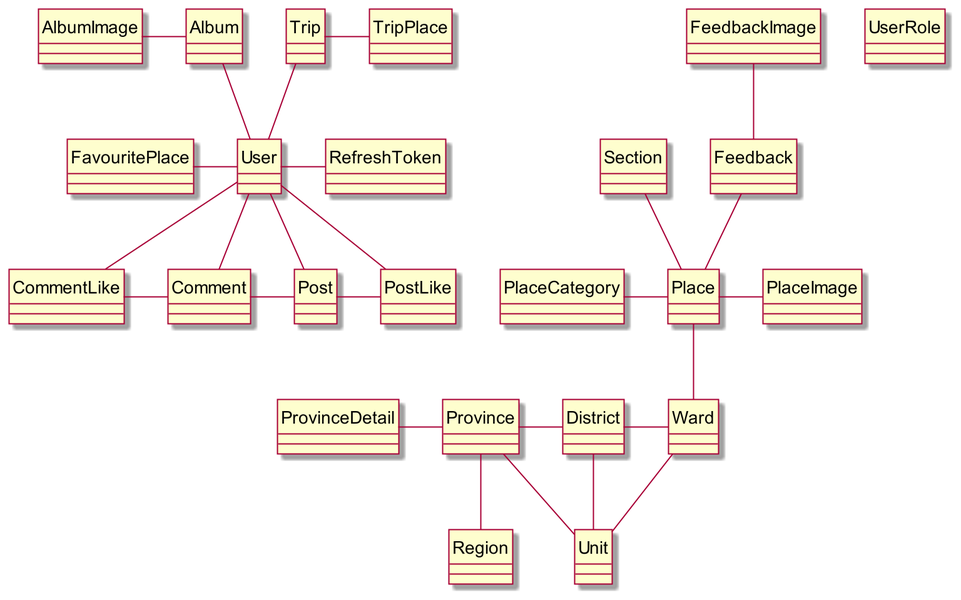
Griselda4774/WanderFun_Diagram keeps this PlantUML diagram as Class/img/ClassConceptualDiagram.png. Above is the earlier version.
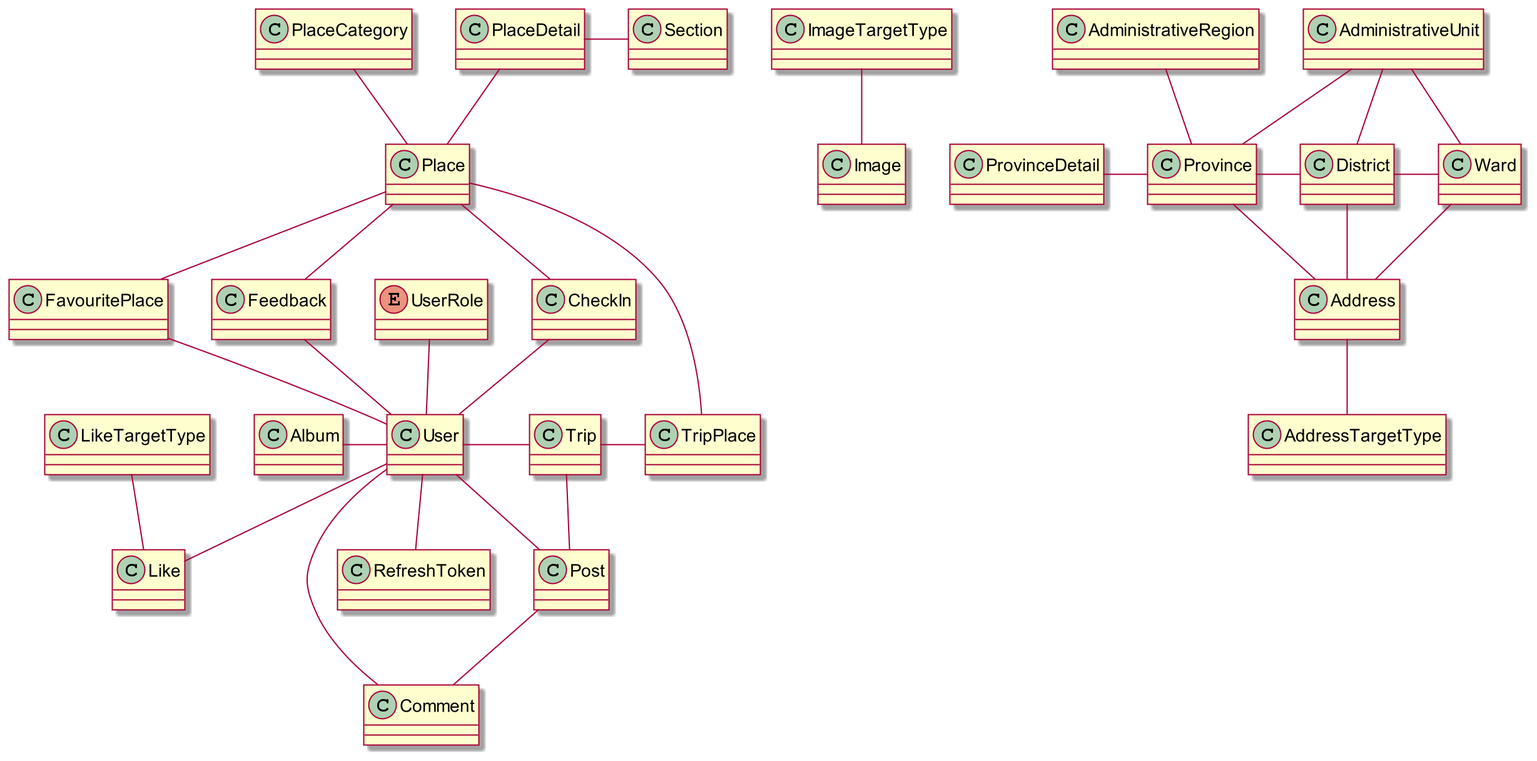
After the commit.

Commit message:
update conceptual and class

The edit, as a diff of the source:
```diff
@@ -2,12 +2,9 @@
 
 skin rose
 scale 2
-hide circle
 
 class Album {}
 
-class AlbumImage {
-}
 
 class User {
 }
@@ -15,13 +12,7 @@
 class Place {
 }
 
-class PlaceImage {
-}
-
 class Feedback {
-}
-
-class FeedbackImage {
 }
 
 class Section {
@@ -54,10 +45,10 @@
 class Ward {
 }
 
-class Region {
+class AdministrativeRegion {
 }
 
-class Unit {
+class AdministrativeUnit {
 }
 
 class ProvinceDetail {
@@ -69,46 +60,58 @@
 class Comment {
 }
 
-class PostLike {
+class Like {
 }
 
-class CommentLike {
+class CheckIn {
 }
 
-User -up- Trip
-User -up- Album
-User -left- FavouritePlace
-User -right- RefreshToken
+User -right- Trip
+User -left- Album
+User -up- FavouritePlace
+User -down- RefreshToken
 User -down- Post
 User -down- Comment
-User -down- PostLike
-User -down- CommentLike
+User -up- CheckIn
+User -down- Like
+User -up- UserRole
 
-Album -left- AlbumImage
 
 Trip -right- TripPlace
 
-Place -up- Feedback
-Place -up- Section
-Place -left- PlaceCategory
-Place -right- PlaceImage
-Place -down- Ward
+Place -down- Feedback
+Place -up- PlaceDetail
+Place -up- PlaceCategory
+Place -down- FavouritePlace
+Place -down- CheckIn
+Place -down- TripPlace
 
-Feedback -up- FeedbackImage
+PlaceDetail -right- Section
 
-Province -down- Unit
-Province -down- Region
+
+Feedback -right- User
+
+Province -up- AdministrativeUnit
+Province -up- AdministrativeRegion
 Province -left- ProvinceDetail
 
-District -down- Unit
+District -up- AdministrativeUnit
 District -left- Province
 
-Ward -down- Unit
+Ward -up- AdministrativeUnit
 Ward -left- District
 
-Post -left- Comment
-Post -right- PostLike
+Post -down- Comment
+Post -up- Trip
 
-Comment -left- CommentLike
+
+Address -up- Province
+Address -up- District
+Address -up- Ward
+Address -down- AddressTargetType
+
+Image -up- ImageTargetType
+
+Like -up- LikeTargetType
 
 @enduml
```
